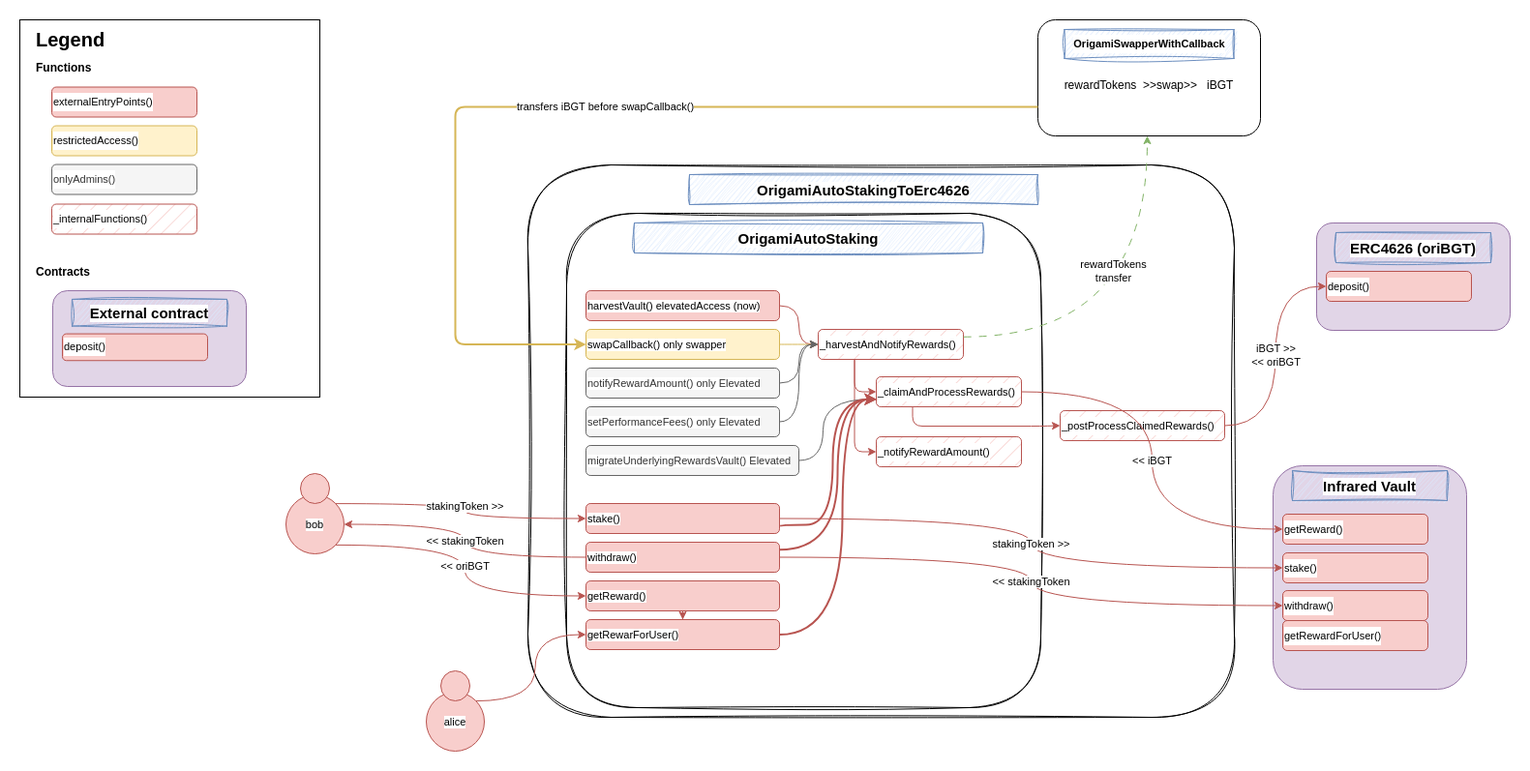
Above: solo/origami/diagrams/origami-auto-staking-vaults.drawio.autostaking.png in JacoboLansac/audits (draw.io), before the change. Source tidied: cells renumbered, new cells last; positions are measured from the earlier drawing's top-left corner, leaving out a move shared by most shapes.
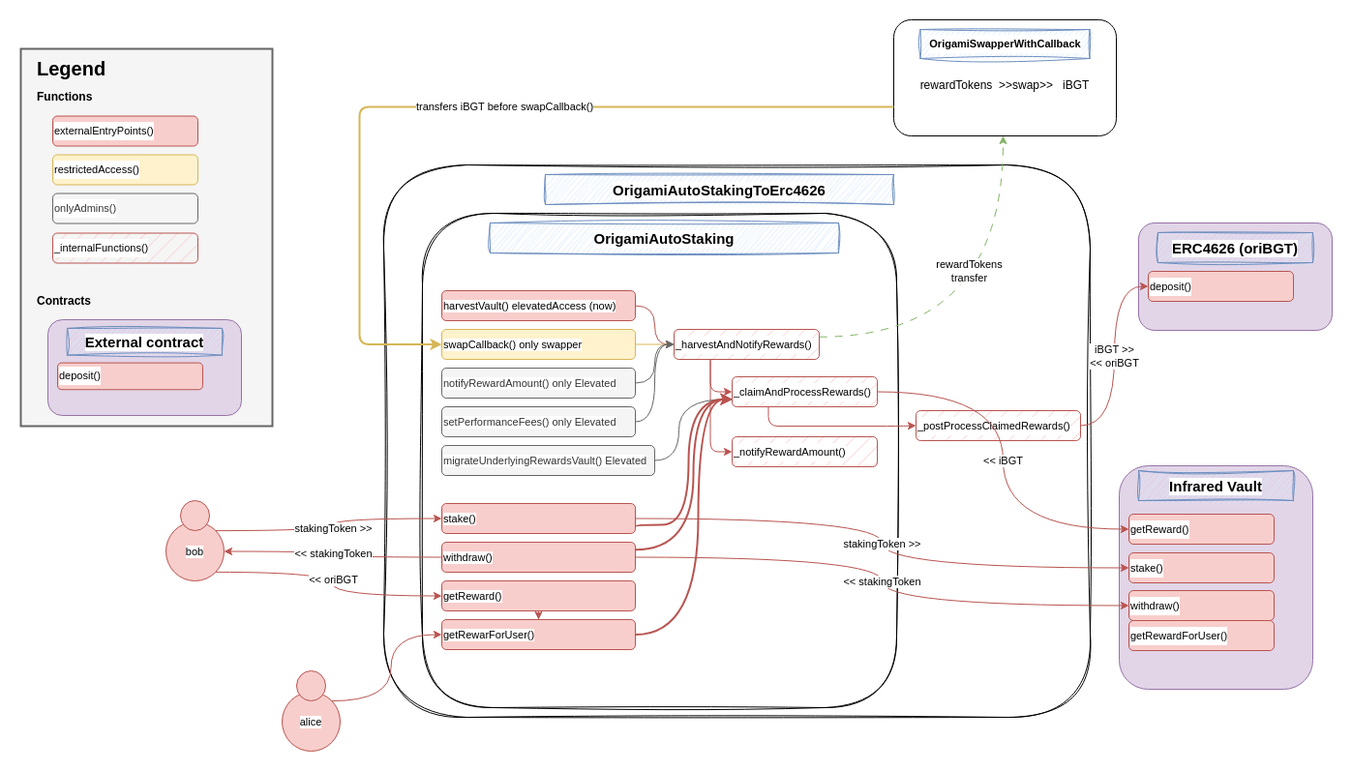
Above is the later version.

Commit message:
squeezed diagram

What changed in the source:
```diff
@@ -55,7 +55,7 @@
       <mxGeometry x="692" y="160" width="360" height="31" as="geometry" />
     </mxCell>
     <mxCell id="18" style="group;" parent="1" vertex="1">
-      <mxGeometry x="1295" y="461" width="200" height="231" as="geometry" />
+      <mxGeometry x="1285" y="461" width="200" height="231" as="geometry" />
     </mxCell>
     <mxCell id="19" style="rounded=1;whiteSpace=wrap;html=1;fontFamily=Helvetica;fontSize=11;labelBackgroundColor=default;fillColor=#e1d5e7;strokeColor=#9673a6;" parent="18" vertex="1">
       <mxGeometry width="200" height="231" as="geometry" />
@@ -79,7 +79,7 @@
       <mxGeometry relative="1" as="geometry" />
     </mxCell>
     <mxCell id="26" style="group;" parent="1" vertex="1">
-      <mxGeometry x="1340" y="210" width="200" height="111" as="geometry" />
+      <mxGeometry x="1305" y="210" width="200" height="111" as="geometry" />
     </mxCell>
     <mxCell id="27" style="rounded=1;whiteSpace=wrap;html=1;fontFamily=Helvetica;fontSize=11;labelBackgroundColor=default;fillColor=#e1d5e7;strokeColor=#9673a6;" parent="26" vertex="1">
       <mxGeometry width="200" height="111" as="geometry" />
@@ -129,7 +129,7 @@
       <mxGeometry x="585" y="500" width="200" height="31" as="geometry" />
     </mxCell>
     <mxCell id="39" style="group;" parent="1" vertex="1">
-      <mxGeometry x="275" y="461" width="60" height="91" as="geometry" />
+      <mxGeometry x="300" y="489" width="60" height="91" as="geometry" />
     </mxCell>
     <mxCell id="40" value="bob" style="ellipse;whiteSpace=wrap;html=1;fontFamily=Helvetica;fontSize=11;labelBackgroundColor=default;fillColor=#f8cecc;strokeColor=#b85450;" parent="39" vertex="1">
       <mxGeometry y="30" width="60" height="61" as="geometry" />
@@ -201,11 +201,11 @@
     <mxCell id="59" value="iBGT &amp;gt;&amp;gt;&lt;div&gt;&amp;lt;&amp;lt; oriBGT&lt;/div&gt;" style="edgeStyle=orthogonalEdgeStyle;shape=connector;curved=1;rounded=0;jettySize=auto;html=1;exitX=1;exitY=0.5;exitDx=0;exitDy=0;entryX=0;entryY=0.5;entryDx=0;entryDy=0;strokeColor=#b85450;align=center;verticalAlign=middle;fontFamily=Helvetica;fontSize=11;fontColor=default;labelBackgroundColor=default;endArrow=classic;fillColor=#f8cecc;" parent="1" edge="1" source="16" target="29">
       <mxGeometry relative="1" as="geometry" />
     </mxCell>
-    <mxCell id="60" style="group;" parent="1" vertex="1">
-      <mxGeometry width="310" height="390" as="geometry" />
+    <mxCell id="60" style="group;dashed=1;dashPattern=8 8;" parent="1" vertex="1">
+      <mxGeometry x="150" y="30" width="310" height="390" as="geometry" />
     </mxCell>
-    <mxCell id="61" style="whiteSpace=wrap;html=1;imageAspect=1;" parent="60" vertex="1">
-      <mxGeometry width="310" height="390" as="geometry" />
+    <mxCell id="61" style="whiteSpace=wrap;html=1;imageAspect=1;strokeWidth=2;fillColor=#f5f5f5;fontColor=#333333;strokeColor=#666666;" parent="60" vertex="1">
+      <mxGeometry width="260" height="390" as="geometry" />
     </mxCell>
     <mxCell id="62" value="&lt;div style=&quot;line-height: 19px;&quot;&gt;externalEntryPoints()&lt;/div&gt;" style="rounded=1;whiteSpace=wrap;html=1;fontFamily=Helvetica;fontSize=11;labelBackgroundColor=default;align=left;fillColor=#f8cecc;strokeColor=#b85450;fillStyle=auto;glass=0;" parent="60" vertex="1">
       <mxGeometry x="33" y="69.5" width="150" height="31" as="geometry" />
@@ -223,7 +223,7 @@
       <mxGeometry x="33" y="190.5" width="150" height="31" as="geometry" />
     </mxCell>
     <mxCell id="67" style="group;" parent="60" vertex="1">
-      <mxGeometry x="34" y="280" width="200" height="99" as="geometry" />
+      <mxGeometry x="28" y="280" width="200" height="99" as="geometry" />
     </mxCell>
     <mxCell id="68" style="rounded=1;whiteSpace=wrap;html=1;fontFamily=Helvetica;fontSize=11;labelBackgroundColor=default;fillColor=#e1d5e7;strokeColor=#9673a6;" parent="67" vertex="1">
       <mxGeometry width="200" height="99" as="geometry" />
@@ -243,8 +243,8 @@
     <mxCell id="73" value="transfers iBGT before swapCallback()" style="edgeStyle=orthogonalEdgeStyle;rounded=1;jettySize=auto;html=1;exitX=0;exitY=0.75;exitDx=0;exitDy=0;entryX=0;entryY=0.5;entryDx=0;entryDy=0;curved=0;fillColor=#fff2cc;strokeColor=#d6b656;strokeWidth=2;" parent="1" edge="1" source="57" target="8">
       <mxGeometry x="-0.09" relative="1" as="geometry">
         <Array as="points">
-          <mxPoint x="450" y="90" />
-          <mxPoint x="450" y="336" />
+          <mxPoint x="500" y="90" />
+          <mxPoint x="500" y="336" />
         </Array>
       </mxGeometry>
     </mxCell>
```
